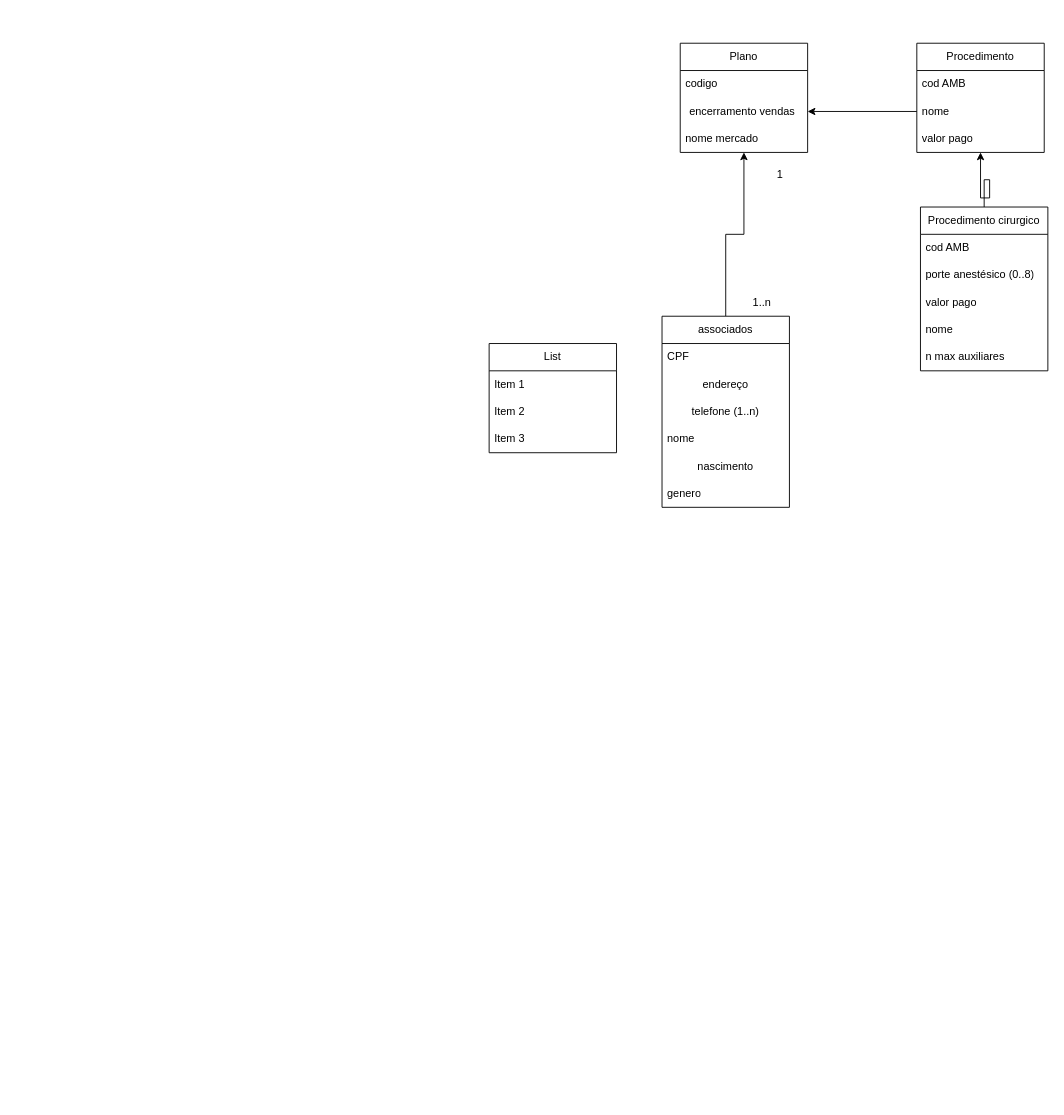
Earlier version of the draw.io diagram page "13" (1 of 2) of pré-g2.drawio (livramos/Modelagem-de-Dados-). Source tidied: cells renumbered, new cells numbered last; positions are measured from the earlier drawing's top-left corner, leaving out a move shared by most shapes. Both pictures are drawn from the tidied source at 91%, with x=0, y=0 at pixel (489, 43).
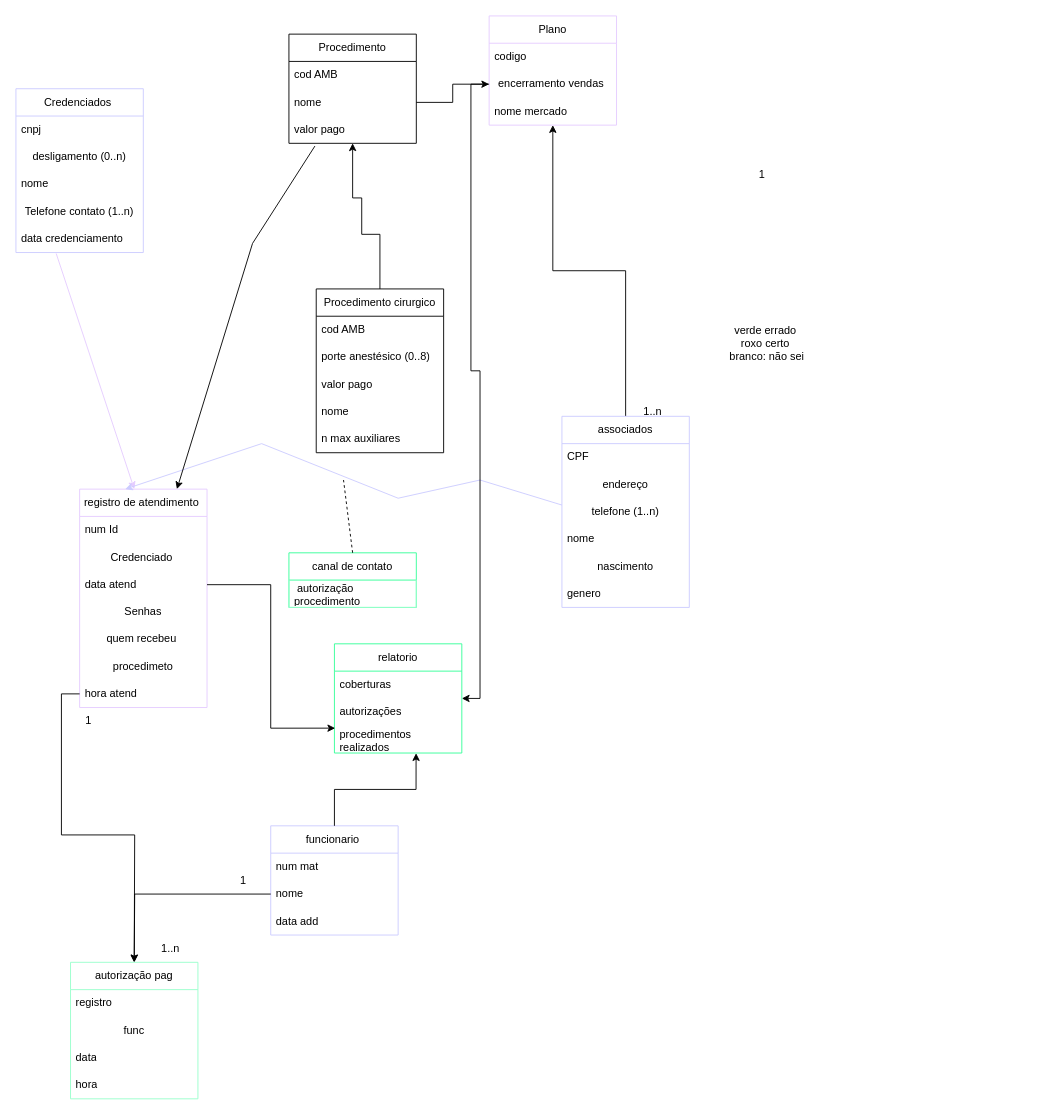
The same page after the edit.

The change refers to these unchanged cells:
```xml
<mxCell id="4" value="encerramento vendas&amp;nbsp;" style="text;html=1;align=center;verticalAlign=middle;whiteSpace=wrap;rounded=0;" parent="2" vertex="1">
  <mxGeometry y="60" width="140" height="30" as="geometry" />
</mxCell>
<mxCell id="9" value="valor pago" style="text;strokeColor=none;fillColor=none;align=left;verticalAlign=middle;spacingLeft=4;spacingRight=4;overflow=hidden;points=[[0,0.5],[1,0.5]];portConstraint=eastwest;whiteSpace=wrap;html=1;" parent="6" vertex="1">
  <mxGeometry y="90" width="140" height="30" as="geometry" />
</mxCell>
<mxCell id="22" value="telefone (1..n)" style="text;html=1;align=center;verticalAlign=middle;whiteSpace=wrap;rounded=0;" parent="19" vertex="1">
  <mxGeometry y="90" width="140" height="30" as="geometry" />
</mxCell>
```

Change to the diagram source:
```diff
@@
-    <mxCell id="2" value="Plano" style="swimlane;fontStyle=0;horizontal=1;startSize=30;whiteSpace=wrap;html=1;" parent="1" vertex="1">
-      <mxGeometry x="210" width="140" height="120" as="geometry" />
+    <mxCell id="2" value="Plano" style="swimlane;fontStyle=0;horizontal=1;startSize=30;whiteSpace=wrap;html=1;strokeColor=#E5CCFF;" parent="1" vertex="1">
+      <mxGeometry y="-30" width="140" height="120" as="geometry" />
     </mxCell>
@@
     <mxCell id="6" value="Procedimento" style="swimlane;fontStyle=0;horizontal=1;startSize=30;whiteSpace=wrap;html=1;" parent="1" vertex="1">
-      <mxGeometry x="470" width="140" height="120" as="geometry" />
+      <mxGeometry x="-220" y="-10" width="140" height="120" as="geometry" />
     </mxCell>
@@
     <mxCell id="11" style="edgeStyle=orthogonalEdgeStyle;rounded=0;jettySize=auto;html=1;" parent="1" edge="1" source="12" target="9">
       <mxGeometry relative="1" as="geometry">
         <Array as="points">
-          <mxPoint x="544" y="150" />
-          <mxPoint x="550" y="150" />
-          <mxPoint x="550" y="170" />
-          <mxPoint x="540" y="170" />
+          <mxPoint x="-120" y="210" />
+          <mxPoint x="-140" y="210" />
+          <mxPoint x="-140" y="170" />
+          <mxPoint x="-150" y="170" />
         </Array>
       </mxGeometry>
     </mxCell>
     <mxCell id="12" value="Procedimento cirurgico" style="swimlane;fontStyle=0;horizontal=1;startSize=30;whiteSpace=wrap;html=1;" parent="1" vertex="1">
-      <mxGeometry x="474" y="180" width="140" height="180" as="geometry" />
+      <mxGeometry x="-190" y="270" width="140" height="180" as="geometry" />
     </mxCell>
@@
-    <mxCell id="19" value="associados" style="swimlane;fontStyle=0;horizontal=1;startSize=30;whiteSpace=wrap;html=1;" parent="1" vertex="1">
-      <mxGeometry x="190" y="300" width="140" height="210" as="geometry" />
+    <mxCell id="19" value="associados" style="swimlane;fontStyle=0;horizontal=1;startSize=30;whiteSpace=wrap;html=1;strokeColor=#CCCCFF;" parent="1" vertex="1">
+      <mxGeometry x="80" y="410" width="140" height="210" as="geometry" />
     </mxCell>
@@
     <mxCell id="26" value="1" style="text;html=1;align=center;verticalAlign=middle;whiteSpace=wrap;rounded=0;" parent="1" vertex="1">
-      <mxGeometry x="290" y="130" width="60" height="30" as="geometry" />
+      <mxGeometry x="270" y="130" width="60" height="30" as="geometry" />
     </mxCell>
     <mxCell id="27" value="1..n" style="text;html=1;align=center;verticalAlign=middle;whiteSpace=wrap;rounded=0;" parent="1" vertex="1">
-      <mxGeometry x="270" y="270" width="60" height="30" as="geometry" />
+      <mxGeometry x="150" y="390" width="60" height="30" as="geometry" />
     </mxCell>
-    <mxCell id="28" value="List" style="swimlane;fontStyle=0;horizontal=1;startSize=30;whiteSpace=wrap;html=1;" parent="1" vertex="1">
-      <mxGeometry y="330" width="140" height="120" as="geometry" />
+    <mxCell id="28" value="Credenciados&amp;nbsp;" style="swimlane;fontStyle=0;horizontal=1;startSize=30;whiteSpace=wrap;html=1;strokeColor=#CCCCFF;" parent="1" vertex="1">
+      <mxGeometry x="-520" y="50" width="140" height="180" as="geometry" />
     </mxCell>
-    <mxCell id="29" value="Item 1" style="text;strokeColor=none;fillColor=none;align=left;verticalAlign=middle;spacingLeft=4;spacingRight=4;overflow=hidden;whiteSpace=wrap;html=1;" parent="28" vertex="1">
+    <mxCell id="29" value="cnpj" style="text;strokeColor=none;fillColor=none;align=left;verticalAlign=middle;spacingLeft=4;spacingRight=4;overflow=hidden;whiteSpace=wrap;html=1;" parent="28" vertex="1">
       <mxGeometry y="30" width="140" height="30" as="geometry" />
     </mxCell>
+    <mxCell id="32" value="desligamento (0..n)" style="text;html=1;align=center;verticalAlign=middle;whiteSpace=wrap;rounded=0;" parent="28" vertex="1">
+      <mxGeometry y="60" width="140" height="30" as="geometry" />
+    </mxCell>
-    <mxCell id="30" value="Item 2" style="text;strokeColor=none;fillColor=none;align=left;verticalAlign=middle;spacingLeft=4;spacingRight=4;overflow=hidden;whiteSpace=wrap;html=1;" parent="28" vertex="1">
-      <mxGeometry y="60" width="140" height="30" as="geometry" />
+    <mxCell id="30" value="nome" style="text;strokeColor=none;fillColor=none;align=left;verticalAlign=middle;spacingLeft=4;spacingRight=4;overflow=hidden;whiteSpace=wrap;html=1;" parent="28" vertex="1">
+      <mxGeometry y="90" width="140" height="30" as="geometry" />
     </mxCell>
+    <mxCell id="33" value="Telefone contato (1..n)" style="text;html=1;align=center;verticalAlign=middle;whiteSpace=wrap;rounded=0;" parent="28" vertex="1">
+      <mxGeometry y="120" width="140" height="30" as="geometry" />
+    </mxCell>
-    <mxCell id="31" value="Item 3" style="text;strokeColor=none;fillColor=none;align=left;verticalAlign=middle;spacingLeft=4;spacingRight=4;overflow=hidden;points=[[0,0.5],[1,0.5]];portConstraint=eastwest;whiteSpace=wrap;html=1;" parent="28" vertex="1">
-      <mxGeometry y="90" width="140" height="30" as="geometry" />
+    <mxCell id="31" value="data credenciamento" style="text;strokeColor=none;fillColor=none;align=left;verticalAlign=middle;spacingLeft=4;spacingRight=4;overflow=hidden;points=[[0,0.5],[1,0.5]];portConstraint=eastwest;whiteSpace=wrap;html=1;" parent="28" vertex="1">
+      <mxGeometry y="150" width="140" height="30" as="geometry" />
     </mxCell>
+    <mxCell id="34" value="registro de atendimento&amp;nbsp;" style="swimlane;fontStyle=0;horizontal=1;startSize=30;whiteSpace=wrap;html=1;strokeColor=#E5CCFF;" parent="1" vertex="1">
+      <mxGeometry x="-450" y="490" width="140" height="240" as="geometry" />
+    </mxCell>
+    <mxCell id="35" value="num Id" style="text;strokeColor=none;fillColor=none;align=left;verticalAlign=middle;spacingLeft=4;spacingRight=4;overflow=hidden;whiteSpace=wrap;html=1;" parent="34" vertex="1">
+      <mxGeometry y="30" width="140" height="30" as="geometry" />
+    </mxCell>
+    <mxCell id="36" value="Credenciado&amp;nbsp;" style="text;html=1;align=center;verticalAlign=middle;whiteSpace=wrap;rounded=0;" parent="34" vertex="1">
+      <mxGeometry y="60" width="140" height="30" as="geometry" />
+    </mxCell>
+    <mxCell id="37" value="data atend" style="text;strokeColor=none;fillColor=none;align=left;verticalAlign=middle;spacingLeft=4;spacingRight=4;overflow=hidden;points=[[0,0.5],[1,0.5]];portConstraint=eastwest;whiteSpace=wrap;html=1;" parent="34" vertex="1">
+      <mxGeometry y="90" width="140" height="30" as="geometry" />
+    </mxCell>
+    <mxCell id="38" value="Senhas" style="text;html=1;align=center;verticalAlign=middle;whiteSpace=wrap;rounded=0;" parent="34" vertex="1">
+      <mxGeometry y="120" width="140" height="30" as="geometry" />
+    </mxCell>
+    <mxCell id="39" value="quem recebeu&amp;nbsp;" style="text;html=1;align=center;verticalAlign=middle;whiteSpace=wrap;rounded=0;" parent="34" vertex="1">
+      <mxGeometry y="150" width="140" height="30" as="geometry" />
+    </mxCell>
+    <mxCell id="40" style="edgeStyle=orthogonalEdgeStyle;rounded=0;jettySize=auto;html=1;" parent="34" edge="1" source="42">
+      <mxGeometry relative="1" as="geometry">
+        <mxPoint x="60" y="520" as="targetPoint" />
+      </mxGeometry>
+    </mxCell>
+    <mxCell id="41" value="procedimeto" style="text;html=1;align=center;verticalAlign=middle;whiteSpace=wrap;rounded=0;" parent="34" vertex="1">
+      <mxGeometry y="180" width="140" height="30" as="geometry" />
+    </mxCell>
+    <mxCell id="42" value="hora atend" style="text;strokeColor=none;fillColor=none;align=left;verticalAlign=middle;spacingLeft=4;spacingRight=4;overflow=hidden;points=[[0,0.5],[1,0.5]];portConstraint=eastwest;whiteSpace=wrap;html=1;" parent="34" vertex="1">
+      <mxGeometry y="210" width="140" height="30" as="geometry" />
+    </mxCell>
+    <mxCell id="43" style="endArrow=classic;html=1;rounded=0;entryX=0.429;entryY=0;entryDx=0;entryDy=0;entryPerimeter=0;exitX=0.316;exitY=1.033;exitDx=0;exitDy=0;exitPerimeter=0;strokeColor=#E5CCFF;" parent="1" edge="1" source="31" target="34">
+      <mxGeometry relative="1" as="geometry" />
+    </mxCell>
+    <mxCell id="44" style="endArrow=classic;html=1;rounded=0;entryX=0.357;entryY=0;entryDx=0;entryDy=0;entryPerimeter=0;exitX=0;exitY=0.25;exitDx=0;exitDy=0;strokeColor=#CCCCFF;" parent="1" edge="1" source="22" target="34">
+      <mxGeometry relative="1" as="geometry">
+        <Array as="points">
+          <mxPoint x="-10" y="480" />
+          <mxPoint x="-100" y="500" />
+          <mxPoint x="-250" y="440" />
+        </Array>
+      </mxGeometry>
+    </mxCell>
+    <mxCell id="45" style="endArrow=classic;html=1;rounded=0;exitX=0.204;exitY=1.1;exitDx=0;exitDy=0;exitPerimeter=0;" parent="1" edge="1" source="9" target="34">
+      <mxGeometry relative="1" as="geometry">
+        <Array as="points">
+          <mxPoint x="-260" y="220" />
+        </Array>
+      </mxGeometry>
+    </mxCell>
+    <mxCell id="46" value="canal de contato" style="swimlane;fontStyle=0;horizontal=1;startSize=30;whiteSpace=wrap;html=1;strokeColor=#33FF99;" parent="1" vertex="1">
+      <mxGeometry x="-220" y="560" width="140" height="60" as="geometry" />
+    </mxCell>
+    <mxCell id="47" value="&amp;nbsp;autorização procedimento" style="text;strokeColor=#99FFCC;fillColor=none;align=left;verticalAlign=middle;spacingLeft=4;spacingRight=4;overflow=hidden;whiteSpace=wrap;html=1;" parent="46" vertex="1">
+      <mxGeometry y="30" width="140" height="30" as="geometry" />
+    </mxCell>
+    <mxCell id="48" style="endArrow=none;dashed=1;html=1;rounded=0;" parent="1" edge="1">
+      <mxGeometry relative="1" as="geometry">
+        <mxPoint x="-150" y="560" as="sourcePoint" />
+        <mxPoint x="-160" y="480" as="targetPoint" />
+      </mxGeometry>
+    </mxCell>
+    <mxCell id="49" value="relatorio" style="swimlane;fontStyle=0;horizontal=1;startSize=30;whiteSpace=wrap;html=1;strokeColor=#33FF99;" parent="1" vertex="1">
+      <mxGeometry x="-170" y="660" width="140" height="120" as="geometry" />
+    </mxCell>
+    <mxCell id="50" value="coberturas" style="text;strokeColor=none;fillColor=none;align=left;verticalAlign=middle;spacingLeft=4;spacingRight=4;overflow=hidden;whiteSpace=wrap;html=1;" parent="49" vertex="1">
+      <mxGeometry y="30" width="140" height="30" as="geometry" />
+    </mxCell>
+    <mxCell id="51" value="autorizações" style="text;strokeColor=none;fillColor=none;align=left;verticalAlign=middle;spacingLeft=4;spacingRight=4;overflow=hidden;whiteSpace=wrap;html=1;" parent="49" vertex="1">
+      <mxGeometry y="60" width="140" height="30" as="geometry" />
+    </mxCell>
+    <mxCell id="52" value="procedimentos realizados" style="text;strokeColor=none;fillColor=none;align=left;verticalAlign=middle;spacingLeft=4;spacingRight=4;overflow=hidden;points=[[0,0.5],[1,0.5]];portConstraint=eastwest;whiteSpace=wrap;html=1;" parent="49" vertex="1">
+      <mxGeometry y="90" width="140" height="30" as="geometry" />
+    </mxCell>
+    <mxCell id="53" value="funcionario&amp;nbsp;" style="swimlane;fontStyle=0;horizontal=1;startSize=30;whiteSpace=wrap;html=1;strokeColor=#CCCCFF;" parent="1" vertex="1">
+      <mxGeometry x="-240" y="860" width="140" height="120" as="geometry" />
+    </mxCell>
+    <mxCell id="54" value="num mat" style="text;strokeColor=none;fillColor=none;align=left;verticalAlign=middle;spacingLeft=4;spacingRight=4;overflow=hidden;whiteSpace=wrap;html=1;" parent="53" vertex="1">
+      <mxGeometry y="30" width="140" height="30" as="geometry" />
+    </mxCell>
+    <mxCell id="55" style="edgeStyle=orthogonalEdgeStyle;rounded=0;jettySize=auto;html=1;" parent="53" edge="1" source="56">
+      <mxGeometry relative="1" as="geometry">
+        <mxPoint x="-150" y="150" as="targetPoint" />
+      </mxGeometry>
+    </mxCell>
+    <mxCell id="56" value="nome" style="text;strokeColor=none;fillColor=none;align=left;verticalAlign=middle;spacingLeft=4;spacingRight=4;overflow=hidden;points=[[0,0.5],[1,0.5]];portConstraint=eastwest;whiteSpace=wrap;html=1;" parent="53" vertex="1">
+      <mxGeometry y="60" width="140" height="30" as="geometry" />
+    </mxCell>
+    <mxCell id="57" value="data add" style="text;strokeColor=none;fillColor=none;align=left;verticalAlign=middle;spacingLeft=4;spacingRight=4;overflow=hidden;whiteSpace=wrap;html=1;" parent="53" vertex="1">
+      <mxGeometry y="90" width="140" height="30" as="geometry" />
+    </mxCell>
+    <mxCell id="58" style="edgeStyle=orthogonalEdgeStyle;rounded=0;jettySize=auto;html=1;entryX=1;entryY=0.5;entryDx=0;entryDy=0;" parent="1" edge="1" source="4" target="49">
+      <mxGeometry relative="1" as="geometry" />
+    </mxCell>
+    <mxCell id="59" style="edgeStyle=orthogonalEdgeStyle;rounded=0;jettySize=auto;html=1;entryX=0.006;entryY=0.089;entryDx=0;entryDy=0;entryPerimeter=0;" parent="1" edge="1" source="37" target="52">
+      <mxGeometry relative="1" as="geometry" />
+    </mxCell>
+    <mxCell id="60" style="edgeStyle=orthogonalEdgeStyle;rounded=0;jettySize=auto;html=1;entryX=0.641;entryY=1.007;entryDx=0;entryDy=0;entryPerimeter=0;" parent="1" edge="1" source="53" target="52">
+      <mxGeometry relative="1" as="geometry" />
+    </mxCell>
+    <mxCell id="61" value="autorização pag" style="swimlane;fontStyle=0;horizontal=1;startSize=30;whiteSpace=wrap;html=1;strokeColor=#99FFCC;" parent="1" vertex="1">
+      <mxGeometry x="-460" y="1010" width="140" height="150" as="geometry" />
+    </mxCell>
+    <mxCell id="62" value="registro" style="text;strokeColor=none;fillColor=none;align=left;verticalAlign=middle;spacingLeft=4;spacingRight=4;overflow=hidden;whiteSpace=wrap;html=1;" parent="61" vertex="1">
+      <mxGeometry y="30" width="140" height="30" as="geometry" />
+    </mxCell>
+    <mxCell id="63" value="func" style="text;html=1;align=center;verticalAlign=middle;whiteSpace=wrap;rounded=0;" parent="61" vertex="1">
+      <mxGeometry y="60" width="140" height="30" as="geometry" />
+    </mxCell>
+    <mxCell id="64" value="data" style="text;strokeColor=none;fillColor=none;align=left;verticalAlign=middle;spacingLeft=4;spacingRight=4;overflow=hidden;whiteSpace=wrap;html=1;" parent="61" vertex="1">
+      <mxGeometry y="90" width="140" height="30" as="geometry" />
+    </mxCell>
+    <mxCell id="65" value="hora" style="text;strokeColor=none;fillColor=none;align=left;verticalAlign=middle;spacingLeft=4;spacingRight=4;overflow=hidden;whiteSpace=wrap;html=1;" parent="61" vertex="1">
+      <mxGeometry y="120" width="140" height="30" as="geometry" />
+    </mxCell>
+    <mxCell id="66" value="1" style="text;html=1;align=center;verticalAlign=middle;whiteSpace=wrap;rounded=0;" parent="1" vertex="1">
+      <mxGeometry x="-300" y="905" width="60" height="30" as="geometry" />
+    </mxCell>
+    <mxCell id="67" value="1..n" style="text;html=1;align=center;verticalAlign=middle;whiteSpace=wrap;rounded=0;" parent="1" vertex="1">
+      <mxGeometry x="-380" y="980" width="60" height="30" as="geometry" />
+    </mxCell>
+    <mxCell id="68" value="1" style="text;html=1;align=center;verticalAlign=middle;whiteSpace=wrap;rounded=0;" parent="1" vertex="1">
+      <mxGeometry x="-470" y="730" width="60" height="30" as="geometry" />
+    </mxCell>
+    <mxCell id="69" value="verde errado&amp;nbsp;&lt;div&gt;roxo certo&amp;nbsp;&lt;/div&gt;&lt;div&gt;branco: não sei&lt;/div&gt;" style="text;html=1;align=center;verticalAlign=middle;strokeColor=none;fillColor=none;" parent="1" vertex="1">
+      <mxGeometry x="250" y="300" width="110" height="60" as="geometry" />
+    </mxCell>
```
